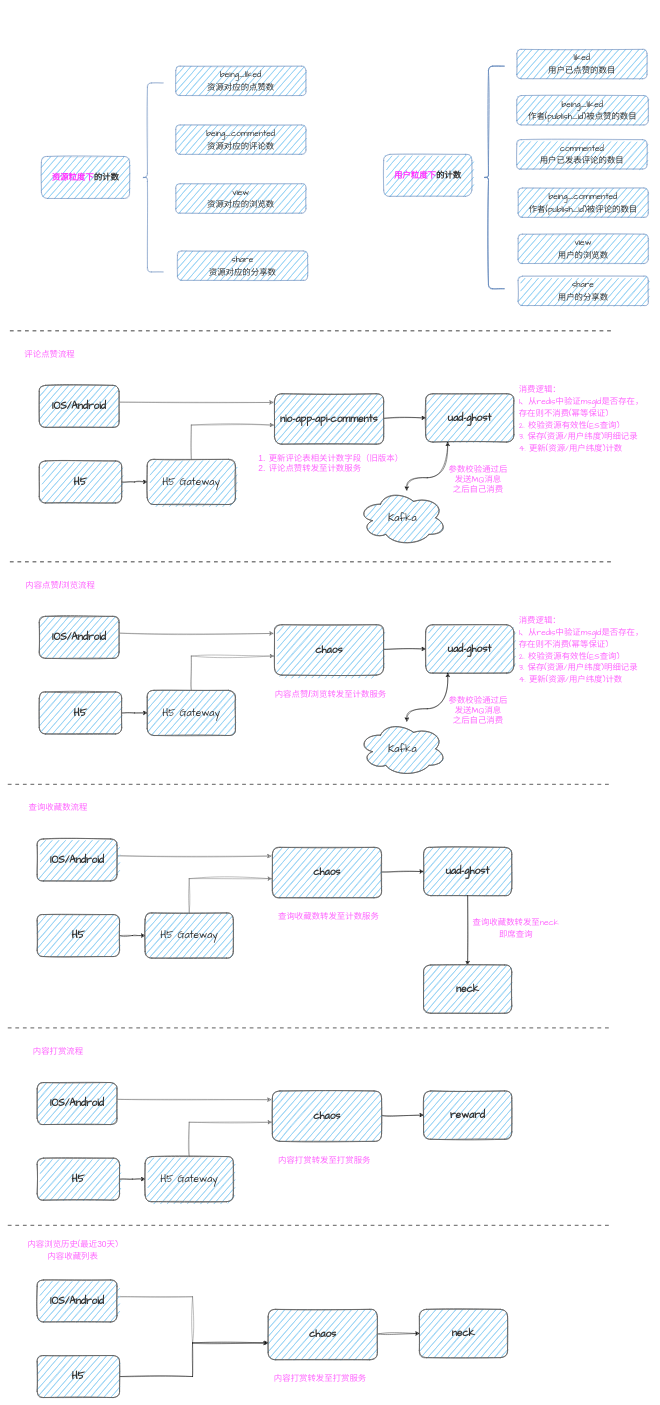
dimdark/my-drawio keeps this draw.io diagram as pictures/计数服务业务.drawio. Above is the earlier version. Source tidied: cells renumbered, new cells numbered last; positions are measured from the earlier drawing's top-left corner, leaving out a move shared by most shapes. Both pictures are drawn from the tidied source at 42%, with x=0, y=0 at pixel (8, 49).
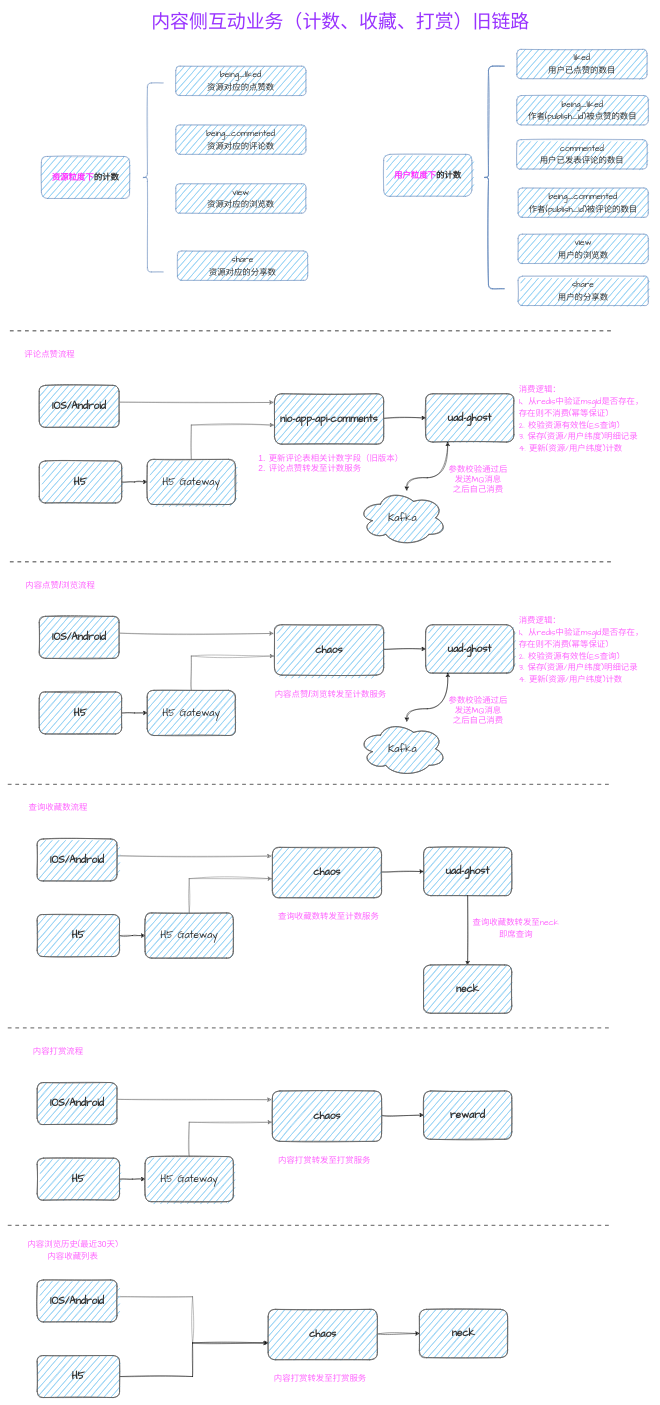
The same page after the edit.

Commit message:
更新计数服务业务.drawio

Change to the diagram source:
```diff
@@
+    <mxCell id="85" value="内容侧互动业务（计数、收藏、打赏）旧链路" style="text;html=1;strokeColor=none;fillColor=none;align=center;verticalAlign=middle;whiteSpace=wrap;rounded=0;sketch=1;hachureGap=4;jiggle=2;curveFitting=1;fontFamily=Architects Daughter;fontSize=45;fontColor=#9933FF;" parent="1" vertex="1">
+      <mxGeometry x="332" y="-100" width="920" height="70" as="geometry" />
+    </mxCell>
```
